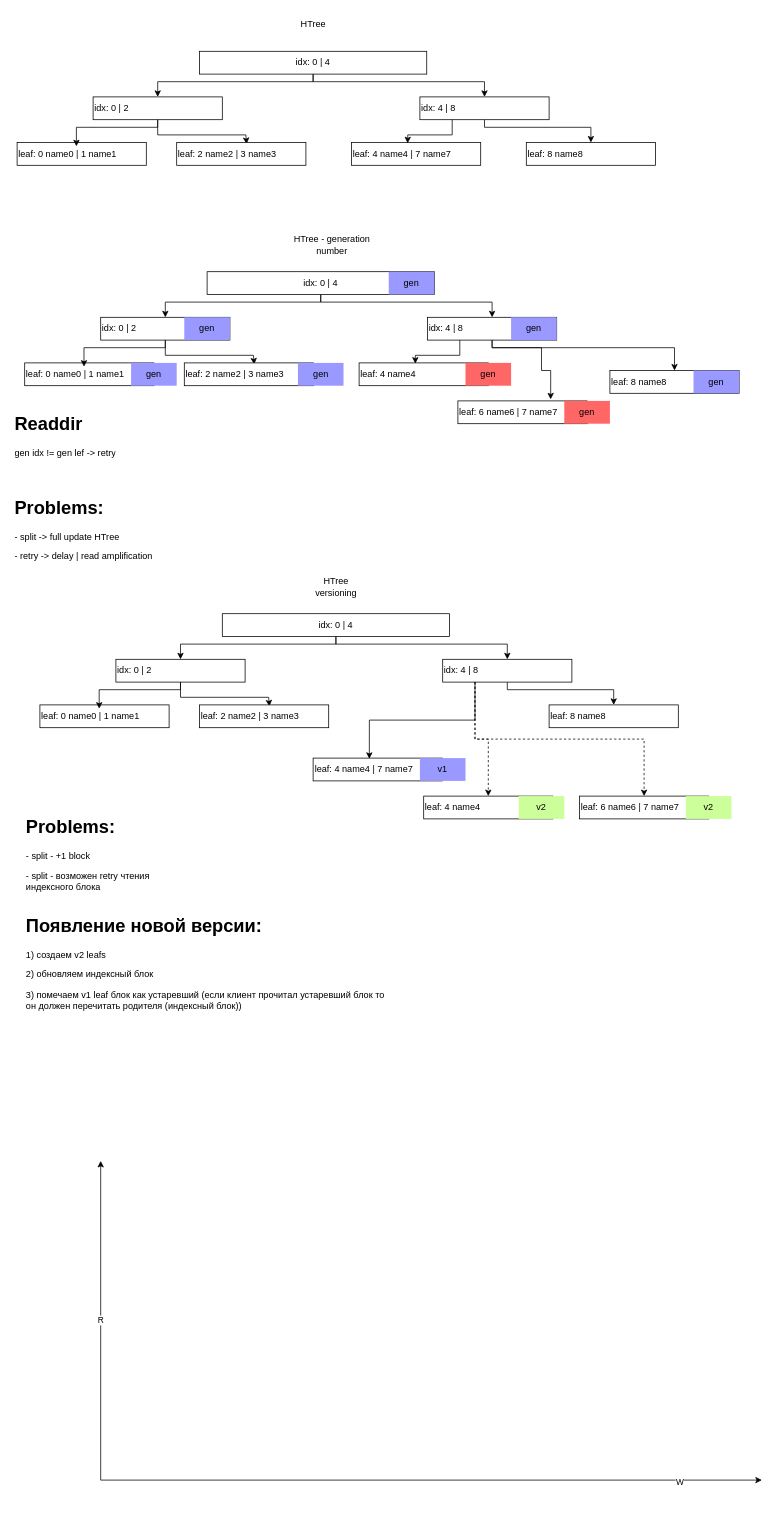
Earlier version of the draw.io diagram htree.drawio (godzie44/drawio-dump). Source tidied: cells renumbered, new cells numbered last; positions are measured from the earlier drawing's top-left corner, leaving out a move shared by most shapes. Both pictures are drawn from the tidied source at 76%, with x=0, y=0 at pixel (13, 13).
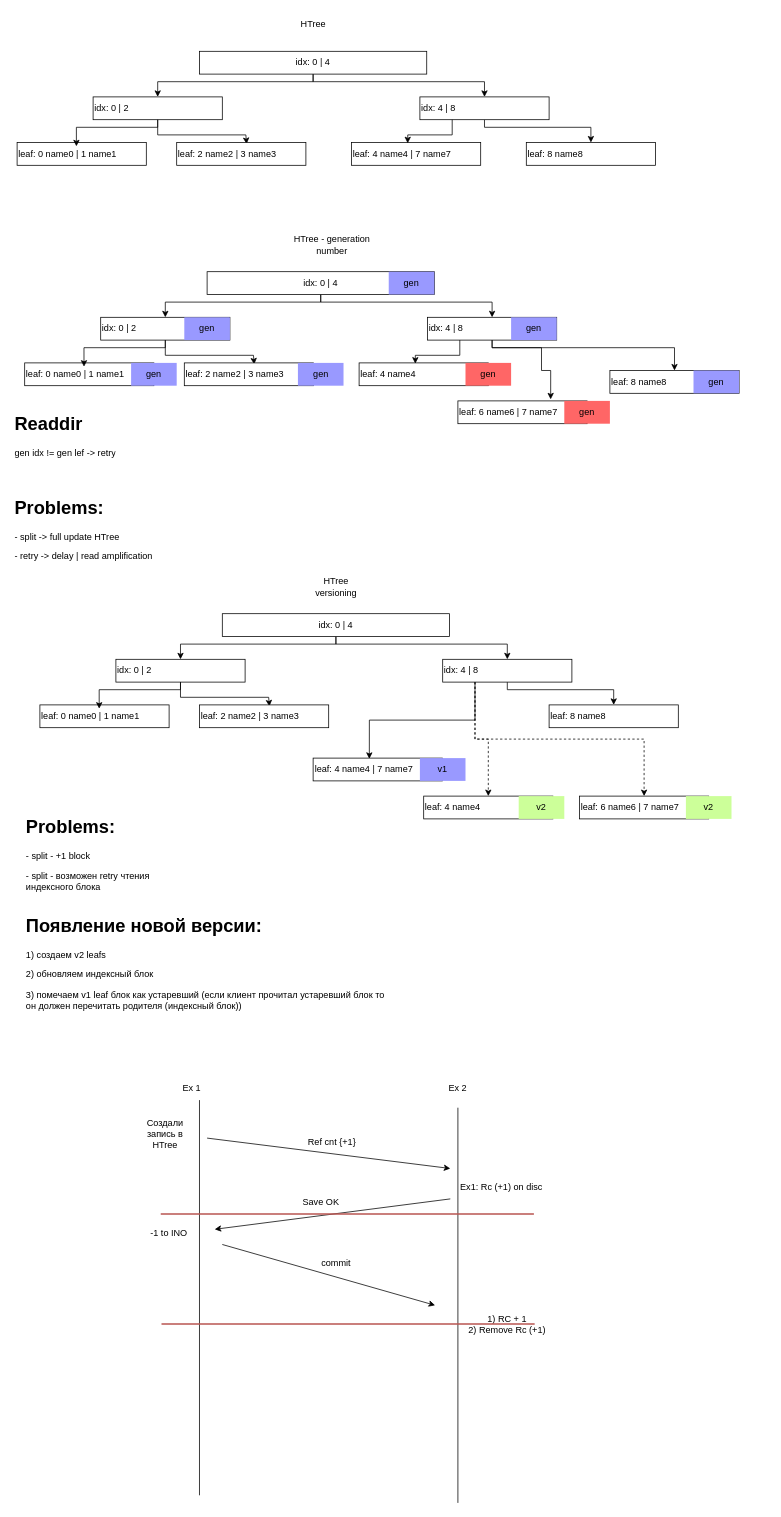
Above is the later version.

Change to the diagram source:
```diff
@@
     <mxCell id="64" value="&lt;h1 style=&quot;margin-top: 0px;&quot;&gt;Появление новой версии:&lt;/h1&gt;&lt;p&gt;1) создаем v2 leafs&lt;/p&gt;&lt;p&gt;2) обновляем индексный блок&lt;/p&gt;&lt;p&gt;3) помечаем v1 leaf блок как устаревший (если клиент прочитал устаревший блок то он должен перечитать родителя (индексный блок))&lt;/p&gt;" style="text;html=1;whiteSpace=wrap;overflow=hidden;rounded=0;" parent="1" vertex="1">
-      <mxGeometry x="15" y="1180" width="480" height="300" as="geometry" />
+      <mxGeometry x="15" y="1180" width="480" height="190" as="geometry" />
     </mxCell>
-    <mxCell id="65" value="R" style="endArrow=classic;html=1;rounded=0;" parent="1" edge="1">
-      <mxGeometry relative="1" as="geometry">
-        <mxPoint x="115" y="1930" as="sourcePoint" />
-        <mxPoint x="115" y="1510" as="targetPoint" />
-      </mxGeometry>
-    </mxCell>
-    <mxCell id="66" style="endArrow=classic;html=1;rounded=0;" parent="1" edge="1">
-      <mxGeometry relative="1" as="geometry">
-        <mxPoint x="115" y="1930" as="sourcePoint" />
-        <mxPoint x="985" y="1930" as="targetPoint" />
-      </mxGeometry>
-    </mxCell>
-    <mxCell id="67" value="W" style="edgeLabel;html=1;align=center;verticalAlign=middle;" parent="66" vertex="1">
-      <mxGeometry x="0.75" y="-2" relative="1" as="geometry" />
-    </mxCell>
+    <mxCell id="68" style="endArrow=none;html=1;rounded=0;" parent="1" edge="1">
+      <mxGeometry relative="1" as="geometry">
+        <mxPoint x="245" y="1950" as="sourcePoint" />
+        <mxPoint x="245" y="1430" as="targetPoint" />
+      </mxGeometry>
+    </mxCell>
+    <mxCell id="69" style="endArrow=none;html=1;rounded=0;" parent="1" edge="1">
+      <mxGeometry relative="1" as="geometry">
+        <mxPoint x="585" y="1960" as="sourcePoint" />
+        <mxPoint x="585" y="1440" as="targetPoint" />
+      </mxGeometry>
+    </mxCell>
+    <mxCell id="70" value="Ex 1" style="text;html=1;align=center;verticalAlign=middle;whiteSpace=wrap;rounded=0;" parent="1" vertex="1">
+      <mxGeometry x="205" y="1400" width="60" height="30" as="geometry" />
+    </mxCell>
+    <mxCell id="71" value="Ex 2" style="text;html=1;align=center;verticalAlign=middle;whiteSpace=wrap;rounded=0;" parent="1" vertex="1">
+      <mxGeometry x="555" y="1400" width="60" height="30" as="geometry" />
+    </mxCell>
+    <mxCell id="72" style="endArrow=classic;html=1;rounded=0;" parent="1" edge="1">
+      <mxGeometry relative="1" as="geometry">
+        <mxPoint x="255" y="1480" as="sourcePoint" />
+        <mxPoint x="575" y="1520" as="targetPoint" />
+      </mxGeometry>
+    </mxCell>
+    <mxCell id="73" value="Ref cnt {+1}" style="text;html=1;align=center;verticalAlign=middle;whiteSpace=wrap;rounded=0;" parent="1" vertex="1">
+      <mxGeometry x="341.8" y="1470" width="155" height="30" as="geometry" />
+    </mxCell>
+    <mxCell id="74" value="Создали запись в HTree" style="text;html=1;align=center;verticalAlign=middle;whiteSpace=wrap;rounded=0;" parent="1" vertex="1">
+      <mxGeometry x="170" y="1460" width="60" height="30" as="geometry" />
+    </mxCell>
+    <mxCell id="75" value="Ex1: Rc (+1) on disc" style="text;html=1;align=center;verticalAlign=middle;whiteSpace=wrap;rounded=0;" parent="1" vertex="1">
+      <mxGeometry x="585" y="1530" width="115" height="30" as="geometry" />
+    </mxCell>
+    <mxCell id="76" style="endArrow=classic;html=1;rounded=0;" parent="1" edge="1">
+      <mxGeometry relative="1" as="geometry">
+        <mxPoint x="575" y="1560" as="sourcePoint" />
+        <mxPoint x="265" y="1600" as="targetPoint" />
+      </mxGeometry>
+    </mxCell>
+    <mxCell id="77" value="Save OK" style="text;html=1;align=center;verticalAlign=middle;whiteSpace=wrap;rounded=0;" parent="1" vertex="1">
+      <mxGeometry x="374.5" y="1550" width="60" height="30" as="geometry" />
+    </mxCell>
+    <mxCell id="78" style="endArrow=classic;html=1;rounded=0;" parent="1" edge="1">
+      <mxGeometry relative="1" as="geometry">
+        <mxPoint x="275" y="1620" as="sourcePoint" />
+        <mxPoint x="555" y="1700" as="targetPoint" />
+      </mxGeometry>
+    </mxCell>
+    <mxCell id="79" value="-1 to INO" style="text;html=1;align=center;verticalAlign=middle;whiteSpace=wrap;rounded=0;" parent="1" vertex="1">
+      <mxGeometry x="175" y="1590" width="60" height="30" as="geometry" />
+    </mxCell>
+    <mxCell id="80" value="commit" style="text;html=1;align=center;verticalAlign=middle;whiteSpace=wrap;rounded=0;" parent="1" vertex="1">
+      <mxGeometry x="395" y="1630" width="60" height="30" as="geometry" />
+    </mxCell>
+    <mxCell id="81" value="1) RC + 1&lt;div&gt;2) Remove Rc (+1)&lt;/div&gt;" style="text;html=1;align=center;verticalAlign=middle;whiteSpace=wrap;rounded=0;" parent="1" vertex="1">
+      <mxGeometry x="585" y="1680" width="130" height="90" as="geometry" />
+    </mxCell>
+    <mxCell id="82" style="endArrow=none;html=1;rounded=0;fillColor=#f8cecc;strokeColor=#b85450;strokeWidth=2;" parent="1" edge="1">
+      <mxGeometry relative="1" as="geometry">
+        <mxPoint x="685" y="1580" as="sourcePoint" />
+        <mxPoint x="194" y="1580" as="targetPoint" />
+      </mxGeometry>
+    </mxCell>
+    <mxCell id="83" style="endArrow=none;html=1;rounded=0;fillColor=#f8cecc;strokeColor=#b85450;strokeWidth=2;" parent="1" edge="1">
+      <mxGeometry relative="1" as="geometry">
+        <mxPoint x="686" y="1724.5" as="sourcePoint" />
+        <mxPoint x="195" y="1724.5" as="targetPoint" />
+      </mxGeometry>
+    </mxCell>
```
